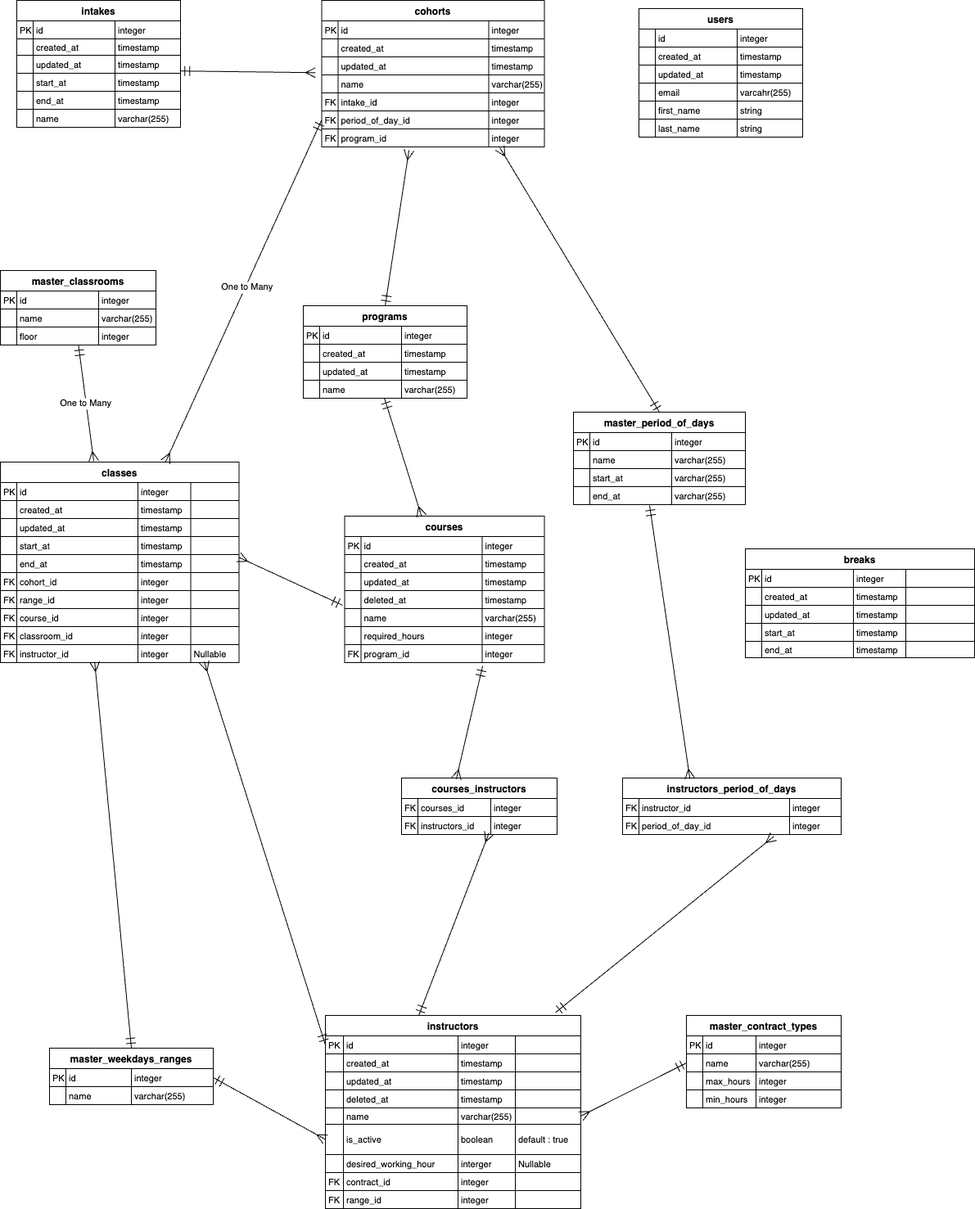
Earlier version of the draw.io export docs/backend/database/ERD.png (kanta1207/program-schedular-app). Source tidied: cells renumbered, new cells last; positions are measured from the earlier drawing's top-left corner, leaving out a move shared by most shapes.
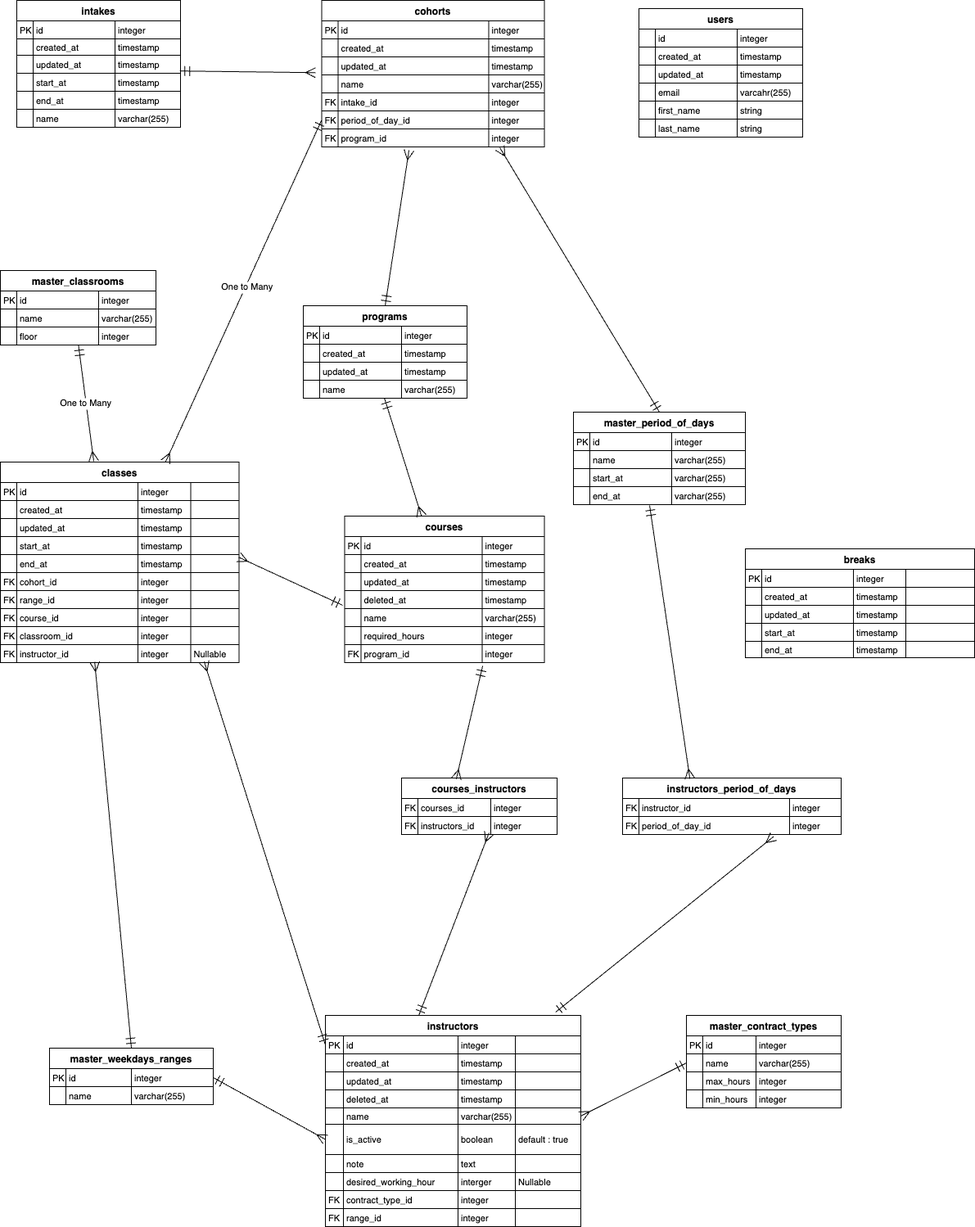
After the commit.

Commit message:
docs: add note field to instructors table

Change to the diagram source:
```diff
@@ -495,7 +495,7 @@
       <mxGeometry x="120" width="70" height="22" as="geometry" />
     </mxCell>
     <mxCell id="166" value="instructors" style="shape=table;startSize=25;rowLines=1;fontStyle=1;align=center;" parent="1" vertex="1">
-      <mxGeometry x="397" y="1240" width="312" height="236" as="geometry" />
+      <mxGeometry x="397" y="1240" width="312" height="258" as="geometry" />
     </mxCell>
     <mxCell id="167" style="shape=tableRow;horizontal=0;startSize=0;swimlaneHead=0;swimlaneBody=0;fillColor=none;points=[[0,0.5],[1,0.5]];portConstraint=eastwest;top=0;left=0;right=0;bottom=0;" parent="166" vertex="1">
       <mxGeometry y="25" width="312" height="22" as="geometry" />
@@ -587,8 +587,23 @@
     <mxCell id="196" value="default : true" style="shape=partialRectangle;fillColor=none;top=0;left=0;bottom=0;right=0;align=left;spacingLeft=2;overflow=hidden;fontSize=11;" parent="192" vertex="1">
       <mxGeometry x="232" width="80" height="37" as="geometry" />
     </mxCell>
+    <mxCell id="339" style="shape=tableRow;horizontal=0;startSize=0;swimlaneHead=0;swimlaneBody=0;fillColor=none;top=0;left=0;right=0;bottom=0;" parent="166" vertex="1">
+      <mxGeometry y="170" width="312" height="22" as="geometry" />
+    </mxCell>
+    <mxCell id="340" style="shape=partialRectangle;fillColor=none;top=0;left=0;bottom=0;right=0;align=left;spacingLeft=2;overflow=hidden;fontSize=11;" parent="339" vertex="1">
+      <mxGeometry width="22" height="22" as="geometry" />
+    </mxCell>
+    <mxCell id="341" value="note " style="shape=partialRectangle;fillColor=none;top=0;left=0;bottom=0;right=0;align=left;spacingLeft=2;overflow=hidden;fontSize=11;" parent="339" vertex="1">
+      <mxGeometry x="22" width="140" height="22" as="geometry" />
+    </mxCell>
+    <mxCell id="342" value="text" style="shape=partialRectangle;fillColor=none;top=0;left=0;bottom=0;right=0;align=left;spacingLeft=2;overflow=hidden;fontSize=11;" parent="339" vertex="1">
+      <mxGeometry x="162" width="70" height="22" as="geometry" />
+    </mxCell>
+    <mxCell id="343" style="shape=partialRectangle;fillColor=none;top=0;left=0;bottom=0;right=0;align=left;spacingLeft=2;overflow=hidden;fontSize=11;" parent="339" vertex="1">
+      <mxGeometry x="232" width="80" height="22" as="geometry" />
+    </mxCell>
     <mxCell id="197" style="shape=tableRow;horizontal=0;startSize=0;swimlaneHead=0;swimlaneBody=0;fillColor=none;top=0;left=0;right=0;bottom=0;" parent="166" vertex="1">
-      <mxGeometry y="170" width="312" height="22" as="geometry" />
+      <mxGeometry y="192" width="312" height="22" as="geometry" />
     </mxCell>
     <mxCell id="198" style="shape=partialRectangle;fillColor=none;top=0;left=0;bottom=0;right=0;align=left;spacingLeft=2;overflow=hidden;fontSize=11;" parent="197" vertex="1">
       <mxGeometry width="22" height="22" as="geometry" />
@@ -603,12 +618,12 @@
       <mxGeometry x="232" width="80" height="22" as="geometry" />
     </mxCell>
     <mxCell id="202" style="shape=tableRow;horizontal=0;startSize=0;swimlaneHead=0;swimlaneBody=0;fillColor=none;top=0;left=0;right=0;bottom=0;" parent="166" vertex="1">
-      <mxGeometry y="192" width="312" height="22" as="geometry" />
+      <mxGeometry y="214" width="312" height="22" as="geometry" />
     </mxCell>
     <mxCell id="203" value="FK" style="shape=partialRectangle;fillColor=none;top=0;left=0;bottom=0;right=0;align=left;spacingLeft=2;overflow=hidden;fontSize=11;" parent="202" vertex="1">
       <mxGeometry width="22" height="22" as="geometry" />
     </mxCell>
-    <mxCell id="204" value="contract_id" style="shape=partialRectangle;fillColor=none;top=0;left=0;bottom=0;right=0;align=left;spacingLeft=2;overflow=hidden;fontSize=11;" parent="202" vertex="1">
+    <mxCell id="204" value="contract_type_id" style="shape=partialRectangle;fillColor=none;top=0;left=0;bottom=0;right=0;align=left;spacingLeft=2;overflow=hidden;fontSize=11;" parent="202" vertex="1">
       <mxGeometry x="22" width="140" height="22" as="geometry" />
     </mxCell>
     <mxCell id="205" value="integer" style="shape=partialRectangle;fillColor=none;top=0;left=0;bottom=0;right=0;align=left;spacingLeft=2;overflow=hidden;fontSize=11;" parent="202" vertex="1">
@@ -618,7 +633,7 @@
       <mxGeometry x="232" width="80" height="22" as="geometry" />
     </mxCell>
     <mxCell id="207" style="shape=tableRow;horizontal=0;startSize=0;swimlaneHead=0;swimlaneBody=0;fillColor=none;top=0;left=0;right=0;bottom=0;" parent="166" vertex="1">
-      <mxGeometry y="214" width="312" height="22" as="geometry" />
+      <mxGeometry y="236" width="312" height="22" as="geometry" />
     </mxCell>
     <mxCell id="208" value="FK" style="shape=partialRectangle;fillColor=none;top=0;left=0;bottom=0;right=0;align=left;spacingLeft=2;overflow=hidden;fontSize=11;" parent="207" vertex="1">
       <mxGeometry width="22" height="22" as="geometry" />
```
